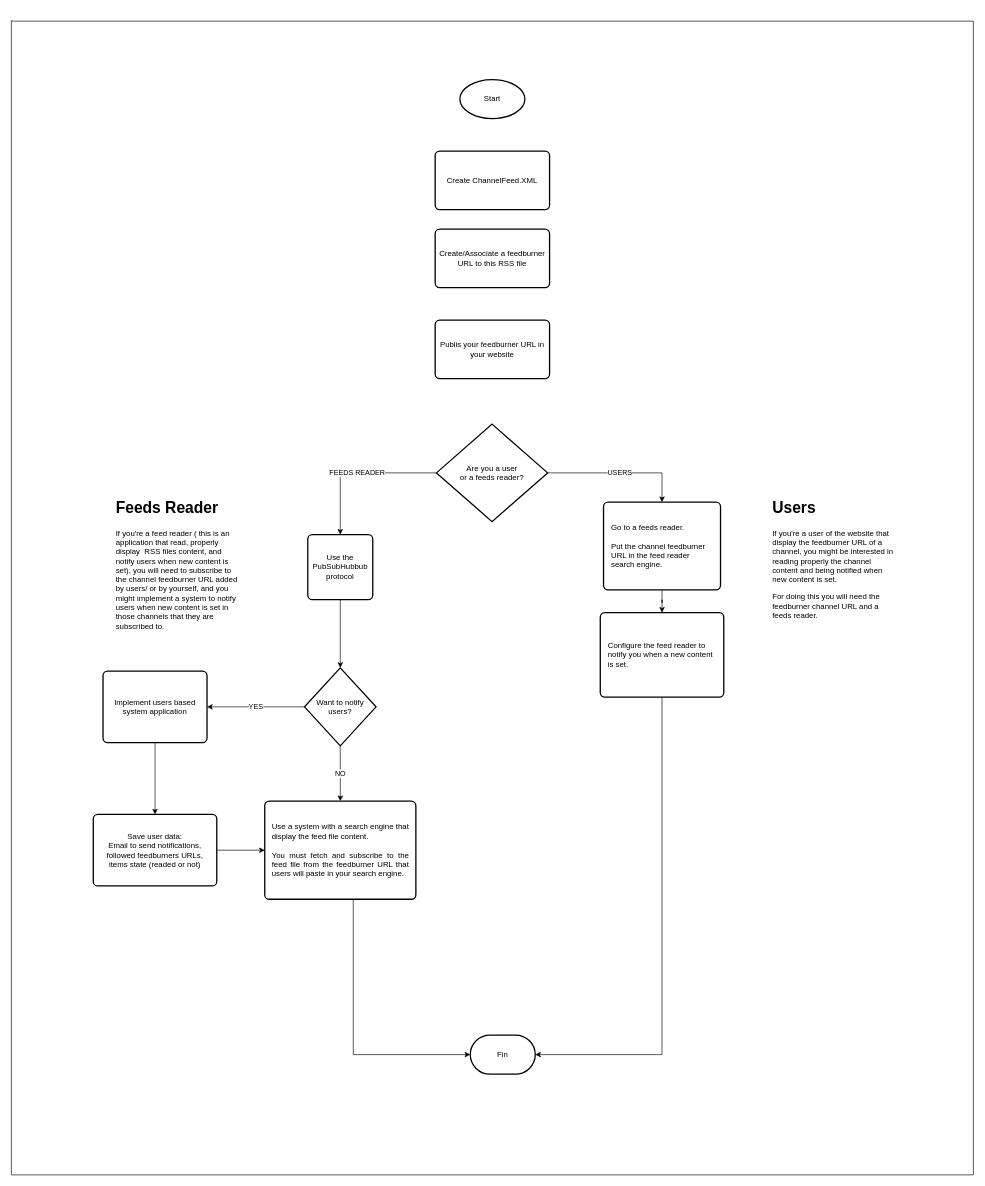
Before: documentación/Understanding RSS Diagram - For Publishers.drawio in GaelCodes/MyAnime, a draw.io diagram. Source tidied: cells renumbered, new cells numbered last; positions are measured from the earlier drawing's top-left corner, leaving out a move shared by most shapes. Both pictures are drawn from the tidied source at 65%, with x=0, y=0 at pixel (11, 21).
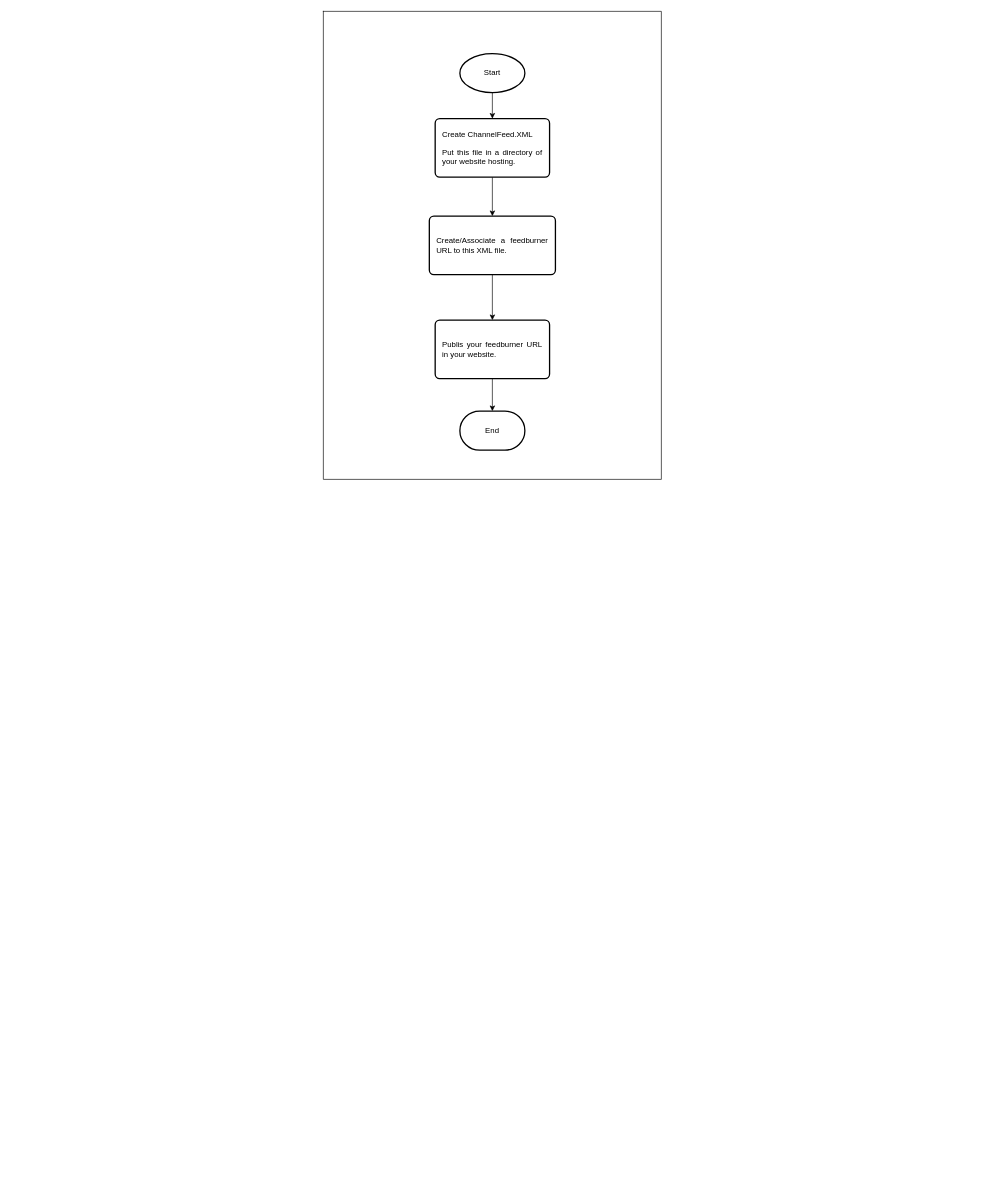
Above is the later version.

Diff of the diagram source:
```diff
@@
     <mxCell id="2" style="shape=table;startSize=0;childLayout=tableLayout;fillColor=none;" parent="1" vertex="1">
-      <mxGeometry width="1480" height="1775" as="geometry" />
+      <mxGeometry x="480" y="-15" width="520" height="720" as="geometry" />
     </mxCell>
     <mxCell id="3" style="shape=tableRow;horizontal=0;startSize=0;swimlaneHead=0;swimlaneBody=0;top=0;left=0;bottom=0;right=0;fillColor=none;" parent="2" vertex="1">
-      <mxGeometry width="1480" height="1775" as="geometry" />
+      <mxGeometry width="520" height="720" as="geometry" />
     </mxCell>
     <mxCell id="4" style="shape=partialRectangle;html=1;whiteSpace=wrap;overflow=hidden;fillColor=none;top=0;left=0;bottom=0;right=0;" parent="3" vertex="1">
-      <mxGeometry width="1480" height="1775" as="geometry" />
+      <mxGeometry width="520" height="720" as="geometry" />
     </mxCell>
+    <mxCell id="30" style="edgeStyle=orthogonalEdgeStyle;rounded=0;jettySize=auto;html=1;entryX=0.5;entryY=0;entryDx=0;entryDy=0;" parent="1" edge="1" source="5" target="7">
+      <mxGeometry relative="1" as="geometry" />
+    </mxCell>
     <mxCell id="5" value="Start" style="strokeWidth=2;html=1;shape=mxgraph.flowchart.start_1;whiteSpace=wrap;" parent="1" vertex="1">
-      <mxGeometry x="690" y="90" width="100" height="60" as="geometry" />
+      <mxGeometry x="690" y="50" width="100" height="60" as="geometry" />
     </mxCell>
-    <mxCell id="6" value="Fin" style="strokeWidth=2;html=1;shape=mxgraph.flowchart.terminator;whiteSpace=wrap;" parent="1" vertex="1">
-      <mxGeometry x="706" y="1560" width="100" height="60" as="geometry" />
-    </mxCell>
+    <mxCell id="31" style="edgeStyle=orthogonalEdgeStyle;rounded=0;jettySize=auto;html=1;entryX=0.5;entryY=0;entryDx=0;entryDy=0;" parent="1" edge="1" source="7" target="8">
+      <mxGeometry relative="1" as="geometry" />
+    </mxCell>
-    <mxCell id="7" value="Create ChannelFeed.XML" style="rounded=1;whiteSpace=wrap;html=1;absoluteArcSize=1;arcSize=14;strokeWidth=2;" parent="1" vertex="1">
-      <mxGeometry x="652" y="200" width="176" height="90" as="geometry" />
+    <mxCell id="7" value="&lt;div style=&quot;text-align: justify&quot;&gt;&lt;span&gt;Create ChannelFeed.XML&lt;/span&gt;&lt;/div&gt;&lt;div style=&quot;text-align: justify&quot;&gt;&lt;br&gt;&lt;/div&gt;&lt;div style=&quot;text-align: justify&quot;&gt;&lt;span&gt;Put this file in a directory of your website hosting.&lt;/span&gt;&lt;/div&gt;" style="rounded=1;whiteSpace=wrap;html=1;absoluteArcSize=1;arcSize=14;strokeWidth=2;spacing=12;" parent="1" vertex="1">
+      <mxGeometry x="652" y="150" width="176" height="90" as="geometry" />
     </mxCell>
+    <mxCell id="32" style="edgeStyle=orthogonalEdgeStyle;rounded=0;jettySize=auto;html=1;entryX=0.5;entryY=0;entryDx=0;entryDy=0;" parent="1" edge="1" source="8" target="9">
+      <mxGeometry relative="1" as="geometry" />
+    </mxCell>
-    <mxCell id="8" value="Create/Associate a feedburner URL to this RSS file" style="rounded=1;whiteSpace=wrap;html=1;absoluteArcSize=1;arcSize=14;strokeWidth=2;" parent="1" vertex="1">
-      <mxGeometry x="652" y="320" width="176" height="90" as="geometry" />
+    <mxCell id="8" value="&lt;div style=&quot;text-align: justify&quot;&gt;&lt;span&gt;Create/Associate a feedburner URL to this XML file.&lt;/span&gt;&lt;/div&gt;" style="rounded=1;whiteSpace=wrap;html=1;absoluteArcSize=1;arcSize=14;strokeWidth=2;spacing=12;" parent="1" vertex="1">
+      <mxGeometry x="643" y="300" width="194" height="90" as="geometry" />
     </mxCell>
+    <mxCell id="33" style="edgeStyle=orthogonalEdgeStyle;rounded=0;jettySize=auto;html=1;entryX=0.5;entryY=0;entryDx=0;entryDy=0;entryPerimeter=0;" parent="1" edge="1" source="9" target="34">
+      <mxGeometry relative="1" as="geometry" />
+    </mxCell>
-    <mxCell id="9" value="Publis your feedburner URL in your website" style="rounded=1;whiteSpace=wrap;html=1;absoluteArcSize=1;arcSize=14;strokeWidth=2;" parent="1" vertex="1">
+    <mxCell id="9" value="&lt;div style=&quot;text-align: justify&quot;&gt;&lt;span&gt;Publis your feedburner URL in your website.&lt;/span&gt;&lt;/div&gt;" style="rounded=1;whiteSpace=wrap;html=1;absoluteArcSize=1;arcSize=14;strokeWidth=2;spacing=12;" parent="1" vertex="1">
       <mxGeometry x="652" y="460" width="176" height="90" as="geometry" />
     </mxCell>
-    <mxCell id="10" value="USERS" style="edgeStyle=orthogonalEdgeStyle;rounded=0;jettySize=auto;html=1;entryX=0.5;entryY=0;entryDx=0;entryDy=0;" parent="1" edge="1" source="12" target="16">
-      <mxGeometry relative="1" as="geometry" />
-    </mxCell>
-    <mxCell id="11" value="FEEDS READER" style="edgeStyle=orthogonalEdgeStyle;rounded=0;jettySize=auto;html=1;entryX=0.5;entryY=0;entryDx=0;entryDy=0;" parent="1" edge="1" source="12" target="20">
-      <mxGeometry relative="1" as="geometry" />
-    </mxCell>
-    <mxCell id="12" value="Are you a user&lt;br&gt;or a feeds reader?" style="strokeWidth=2;html=1;shape=mxgraph.flowchart.decision;whiteSpace=wrap;" parent="1" vertex="1">
-      <mxGeometry x="654" y="620" width="171" height="150" as="geometry" />
-    </mxCell>
-    <mxCell id="13" value="&lt;h1&gt;Users&lt;/h1&gt;&lt;p&gt;If you're a user of the website that display the feedburner URL of a channel, you might be interested in reading properly the channel content and being notified when new content is set.&lt;/p&gt;&lt;p&gt;For doing this you will need the feedburner channel URL and a feeds reader.&lt;/p&gt;" style="text;html=1;strokeColor=none;fillColor=none;spacing=5;spacingTop=-20;whiteSpace=wrap;overflow=hidden;rounded=0;" parent="1" vertex="1">
-      <mxGeometry x="1166" y="730" width="200" height="205" as="geometry" />
-    </mxCell>
-    <mxCell id="14" value="&lt;h1&gt;Feeds Reader&lt;/h1&gt;&lt;p&gt;If you're a feed reader ( this is an application that read, properly display&amp;nbsp; RSS files content, and notify users when new content is set), you will need to subscribe to the channel feedburner URL added by users/ or by yourself, and you might implement a system to notify users when new content is set in those channels that they are subscribed to.&lt;/p&gt;" style="text;html=1;strokeColor=none;fillColor=none;spacing=5;spacingTop=-20;whiteSpace=wrap;overflow=hidden;rounded=0;" parent="1" vertex="1">
-      <mxGeometry x="156" y="730" width="200" height="240" as="geometry" />
-    </mxCell>
-    <mxCell id="15" style="edgeStyle=orthogonalEdgeStyle;rounded=0;jettySize=auto;html=1;entryX=0.5;entryY=0;entryDx=0;entryDy=0;" parent="1" edge="1" source="16" target="18">
-      <mxGeometry relative="1" as="geometry" />
-    </mxCell>
-    <mxCell id="16" value="Go to a feeds reader.&lt;br&gt;&lt;br&gt;Put the channel feedburner URL in the feed reader search engine." style="rounded=1;whiteSpace=wrap;html=1;absoluteArcSize=1;arcSize=14;strokeWidth=2;align=left;spacingTop=0;spacing=12;" parent="1" vertex="1">
-      <mxGeometry x="911" y="740" width="180" height="135" as="geometry" />
-    </mxCell>
-    <mxCell id="17" style="edgeStyle=orthogonalEdgeStyle;rounded=0;jettySize=auto;html=1;entryX=1;entryY=0.5;entryDx=0;entryDy=0;entryPerimeter=0;" parent="1" edge="1" source="18" target="6">
-      <mxGeometry relative="1" as="geometry">
-        <Array as="points">
-          <mxPoint x="1001" y="1590" />
-        </Array>
-      </mxGeometry>
-    </mxCell>
-    <mxCell id="18" value="&lt;div&gt;&lt;span&gt;Configure the feed reader to notify you when a new content is set.&lt;/span&gt;&lt;/div&gt;" style="rounded=1;whiteSpace=wrap;html=1;absoluteArcSize=1;arcSize=14;strokeWidth=2;align=left;spacing=12;" parent="1" vertex="1">
-      <mxGeometry x="906" y="910" width="190" height="130" as="geometry" />
-    </mxCell>
-    <mxCell id="19" style="edgeStyle=orthogonalEdgeStyle;rounded=0;jettySize=auto;html=1;exitX=0.5;exitY=1;exitDx=0;exitDy=0;entryX=0.5;entryY=0;entryDx=0;entryDy=0;entryPerimeter=0;" parent="1" edge="1" source="20" target="25">
-      <mxGeometry relative="1" as="geometry" />
-    </mxCell>
-    <mxCell id="20" value="Use the PubSubHubbub protocol" style="rounded=1;whiteSpace=wrap;html=1;absoluteArcSize=1;arcSize=14;strokeWidth=2;" parent="1" vertex="1">
-      <mxGeometry x="456" y="790" width="100" height="100" as="geometry" />
-    </mxCell>
-    <mxCell id="21" style="edgeStyle=orthogonalEdgeStyle;rounded=0;jettySize=auto;html=1;entryX=0.5;entryY=0;entryDx=0;entryDy=0;" parent="1" edge="1" source="22" target="29">
-      <mxGeometry relative="1" as="geometry" />
-    </mxCell>
-    <mxCell id="22" value="Implement users based system application" style="rounded=1;whiteSpace=wrap;html=1;absoluteArcSize=1;arcSize=14;strokeWidth=2;" parent="1" vertex="1">
-      <mxGeometry x="141" y="1000" width="160" height="110" as="geometry" />
-    </mxCell>
-    <mxCell id="23" value="YES" style="edgeStyle=orthogonalEdgeStyle;rounded=0;jettySize=auto;html=1;entryX=1;entryY=0.5;entryDx=0;entryDy=0;" parent="1" edge="1" source="25" target="22">
-      <mxGeometry relative="1" as="geometry" />
-    </mxCell>
-    <mxCell id="24" value="NO" style="edgeStyle=orthogonalEdgeStyle;rounded=0;jettySize=auto;html=1;entryX=0.5;entryY=0;entryDx=0;entryDy=0;" parent="1" edge="1" source="25" target="27">
-      <mxGeometry relative="1" as="geometry" />
-    </mxCell>
-    <mxCell id="25" value="Want to notify users?" style="strokeWidth=2;html=1;shape=mxgraph.flowchart.decision;whiteSpace=wrap;" parent="1" vertex="1">
-      <mxGeometry x="451" y="995" width="110" height="120" as="geometry" />
-    </mxCell>
-    <mxCell id="26" style="edgeStyle=orthogonalEdgeStyle;rounded=0;jettySize=auto;html=1;entryX=0;entryY=0.5;entryDx=0;entryDy=0;entryPerimeter=0;" parent="1" edge="1" source="27" target="6">
-      <mxGeometry relative="1" as="geometry">
-        <Array as="points">
-          <mxPoint x="526" y="1590" />
-        </Array>
-      </mxGeometry>
-    </mxCell>
-    <mxCell id="27" value="&lt;div style=&quot;text-align: justify&quot;&gt;&lt;span&gt;Use a system with a search engine that display the feed file content.&lt;/span&gt;&lt;/div&gt;&lt;div style=&quot;text-align: justify&quot;&gt;&lt;br&gt;&lt;/div&gt;&lt;div style=&quot;text-align: justify&quot;&gt;&lt;span&gt;You must fetch and subscribe to the feed file from the feedburner URL that users will paste in your search engine.&lt;/span&gt;&lt;/div&gt;" style="rounded=1;whiteSpace=wrap;html=1;absoluteArcSize=1;arcSize=14;strokeWidth=2;spacing=12;" parent="1" vertex="1">
-      <mxGeometry x="389.8" y="1200" width="232.5" height="151" as="geometry" />
-    </mxCell>
-    <mxCell id="28" style="edgeStyle=orthogonalEdgeStyle;rounded=0;jettySize=auto;html=1;entryX=0;entryY=0.5;entryDx=0;entryDy=0;" parent="1" edge="1" source="29" target="27">
-      <mxGeometry relative="1" as="geometry" />
-    </mxCell>
-    <mxCell id="29" value="Save user data:&lt;br&gt;Email to send notifications,&lt;br&gt;followed feedburners URLs,&lt;br&gt;items state (readed or not)" style="rounded=1;whiteSpace=wrap;html=1;absoluteArcSize=1;arcSize=14;strokeWidth=2;spacing=12;" parent="1" vertex="1">
-      <mxGeometry x="126" y="1220.5" width="190" height="110" as="geometry" />
-    </mxCell>
+    <mxCell id="34" value="End" style="strokeWidth=2;html=1;shape=mxgraph.flowchart.terminator;whiteSpace=wrap;" parent="1" vertex="1">
+      <mxGeometry x="690" y="600" width="100" height="60" as="geometry" />
+    </mxCell>
```
